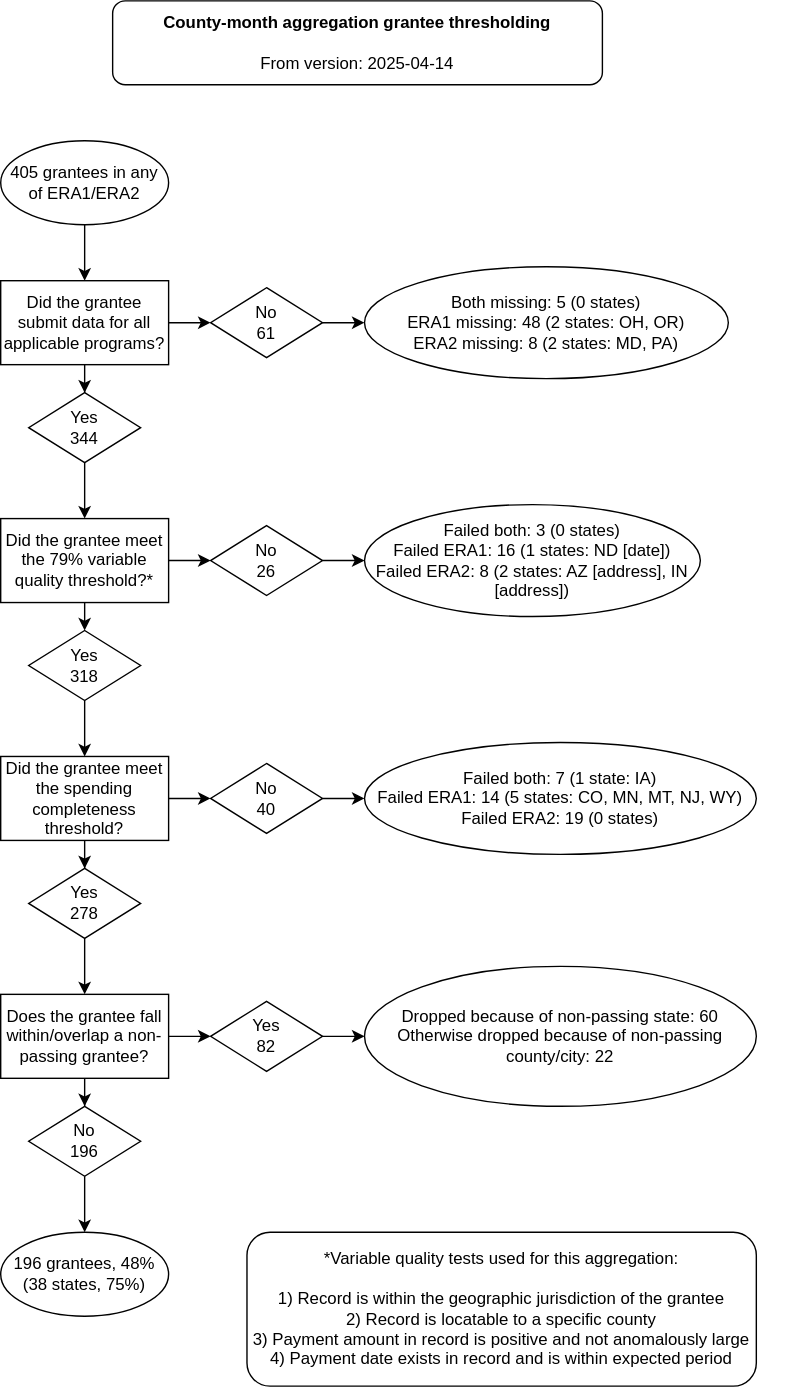
Above: _site/images/era_grantees_county_month_thresholding_flowchart_2025-04-14.svg in housinginitiative/era-county-level-dataset-public (draw.io), before the change. Source tidied: cells renumbered, new cells last; positions are measured from the earlier drawing's top-left corner, leaving out a move shared by most shapes. The source it was exported from:
```xml
<mxGraphModel>
  <root>
    <mxCell id="0" />
    <mxCell id="1" parent="0" />
    <mxCell id="2" style="edgeStyle=orthogonalEdgeStyle;rounded=0;jettySize=auto;html=1;" parent="1" edge="1" source="4" target="7">
      <mxGeometry relative="1" as="geometry" />
    </mxCell>
    <mxCell id="3" style="edgeStyle=orthogonalEdgeStyle;rounded=0;jettySize=auto;html=1;" parent="1" edge="1" source="4" target="9">
      <mxGeometry relative="1" as="geometry" />
    </mxCell>
    <mxCell id="4" value="Did the grantee submit data for all applicable programs?" style="rounded=0;whiteSpace=wrap;html=1;" parent="1" vertex="1">
      <mxGeometry y="200" width="120" height="60" as="geometry" />
    </mxCell>
    <mxCell id="5" style="edgeStyle=orthogonalEdgeStyle;rounded=0;jettySize=auto;html=1;" parent="1" edge="1" source="6" target="4">
      <mxGeometry relative="1" as="geometry" />
    </mxCell>
    <mxCell id="6" value="405 grantees in any of ERA1/ERA2" style="ellipse;whiteSpace=wrap;html=1;" parent="1" vertex="1">
      <mxGeometry y="100" width="120" height="60" as="geometry" />
    </mxCell>
    <mxCell id="7" value="&lt;div&gt;Yes&lt;/div&gt;&lt;div&gt;344&lt;/div&gt;" style="rhombus;whiteSpace=wrap;html=1;" parent="1" vertex="1">
      <mxGeometry x="20" y="280" width="80" height="50" as="geometry" />
    </mxCell>
    <mxCell id="8" style="edgeStyle=orthogonalEdgeStyle;rounded=0;jettySize=auto;html=1;" parent="1" edge="1" source="9" target="10">
      <mxGeometry relative="1" as="geometry" />
    </mxCell>
    <mxCell id="9" value="&lt;div&gt;No&lt;/div&gt;&lt;div&gt;61&lt;/div&gt;" style="rhombus;whiteSpace=wrap;html=1;" parent="1" vertex="1">
      <mxGeometry x="150" y="205" width="80" height="50" as="geometry" />
    </mxCell>
    <mxCell id="10" value="Both missing: 5 (0 states)&lt;div&gt;ERA1 missing: 48 (2 states: OH, OR)&lt;br&gt;&lt;/div&gt;&lt;div&gt;ERA2 missing: 8 (2 states: MD, PA)&lt;br&gt;&lt;/div&gt;" style="ellipse;whiteSpace=wrap;html=1;" parent="1" vertex="1">
      <mxGeometry x="260" y="190" width="260" height="80" as="geometry" />
    </mxCell>
    <mxCell id="11" style="edgeStyle=orthogonalEdgeStyle;rounded=0;jettySize=auto;html=1;exitX=0.5;exitY=1;exitDx=0;exitDy=0;entryX=0.5;entryY=0;entryDx=0;entryDy=0;" parent="1" edge="1" source="13" target="15">
      <mxGeometry relative="1" as="geometry" />
    </mxCell>
    <mxCell id="12" style="edgeStyle=orthogonalEdgeStyle;rounded=0;jettySize=auto;html=1;exitX=1;exitY=0.5;exitDx=0;exitDy=0;entryX=0;entryY=0.5;entryDx=0;entryDy=0;" parent="1" edge="1" source="13" target="17">
      <mxGeometry relative="1" as="geometry" />
    </mxCell>
    <mxCell id="13" value="Did the grantee meet the 79% variable quality threshold?*" style="rounded=0;whiteSpace=wrap;html=1;" parent="1" vertex="1">
      <mxGeometry y="370" width="120" height="60" as="geometry" />
    </mxCell>
    <mxCell id="14" style="edgeStyle=orthogonalEdgeStyle;rounded=0;jettySize=auto;html=1;exitX=0.5;exitY=1;exitDx=0;exitDy=0;entryX=0.5;entryY=0;entryDx=0;entryDy=0;" parent="1" edge="1" source="15" target="34">
      <mxGeometry relative="1" as="geometry" />
    </mxCell>
    <mxCell id="15" value="&lt;div&gt;Yes&lt;/div&gt;&lt;div&gt;318&lt;/div&gt;" style="rhombus;whiteSpace=wrap;html=1;" parent="1" vertex="1">
      <mxGeometry x="20" y="450" width="80" height="50" as="geometry" />
    </mxCell>
    <mxCell id="16" style="edgeStyle=orthogonalEdgeStyle;rounded=0;jettySize=auto;html=1;" parent="1" edge="1" source="17" target="18">
      <mxGeometry relative="1" as="geometry" />
    </mxCell>
    <mxCell id="17" value="&lt;div&gt;No&lt;/div&gt;&lt;div&gt;26&lt;/div&gt;" style="rhombus;whiteSpace=wrap;html=1;" parent="1" vertex="1">
      <mxGeometry x="150" y="375" width="80" height="50" as="geometry" />
    </mxCell>
    <mxCell id="18" value="&lt;div&gt;Failed both: 3 (0 states)&lt;/div&gt;&lt;div&gt;Failed ERA1: 16 (1 states: ND [date])&lt;br&gt;&lt;/div&gt;&lt;div&gt;Failed ERA2: 8 (2 states: AZ [address], IN [address])&lt;br&gt;&lt;/div&gt;" style="ellipse;whiteSpace=wrap;html=1;" parent="1" vertex="1">
      <mxGeometry x="260" y="360" width="240" height="80" as="geometry" />
    </mxCell>
    <mxCell id="19" style="endArrow=classic;html=1;rounded=0;exitX=0.5;exitY=1;exitDx=0;exitDy=0;entryX=0.5;entryY=0;entryDx=0;entryDy=0;" parent="1" edge="1" source="7" target="13">
      <mxGeometry relative="1" as="geometry" />
    </mxCell>
    <mxCell id="20" style="group;" parent="1" vertex="1">
      <mxGeometry y="510" width="575" height="480" as="geometry" />
    </mxCell>
    <mxCell id="21" style="edgeStyle=orthogonalEdgeStyle;rounded=0;jettySize=auto;html=1;" parent="20" edge="1" source="34" target="23">
      <mxGeometry relative="1" as="geometry" />
    </mxCell>
    <mxCell id="22" style="edgeStyle=orthogonalEdgeStyle;rounded=0;jettySize=auto;html=1;" parent="20" edge="1" source="34" target="35">
      <mxGeometry relative="1" as="geometry" />
    </mxCell>
    <mxCell id="23" value="&lt;div&gt;Yes&lt;/div&gt;&lt;div&gt;278&lt;/div&gt;" style="rhombus;whiteSpace=wrap;html=1;" parent="20" vertex="1">
      <mxGeometry x="20" y="110" width="80" height="50" as="geometry" />
    </mxCell>
    <mxCell id="24" style="edgeStyle=orthogonalEdgeStyle;rounded=0;jettySize=auto;html=1;" parent="20" edge="1" source="35" target="36">
      <mxGeometry relative="1" as="geometry" />
    </mxCell>
    <mxCell id="25" style="edgeStyle=orthogonalEdgeStyle;rounded=0;jettySize=auto;html=1;" parent="20" edge="1" source="27" target="28">
      <mxGeometry relative="1" as="geometry" />
    </mxCell>
    <mxCell id="26" style="edgeStyle=orthogonalEdgeStyle;rounded=0;jettySize=auto;html=1;" parent="20" edge="1" source="27" target="30">
      <mxGeometry relative="1" as="geometry" />
    </mxCell>
    <mxCell id="27" value="Does the grantee fall within/overlap a non-passing grantee?" style="rounded=0;whiteSpace=wrap;html=1;" parent="20" vertex="1">
      <mxGeometry y="200" width="120" height="60" as="geometry" />
    </mxCell>
    <mxCell id="28" value="&lt;div&gt;No&lt;/div&gt;&lt;div&gt;196&lt;/div&gt;" style="rhombus;whiteSpace=wrap;html=1;" parent="20" vertex="1">
      <mxGeometry x="20" y="280" width="80" height="50" as="geometry" />
    </mxCell>
    <mxCell id="29" style="edgeStyle=orthogonalEdgeStyle;rounded=0;jettySize=auto;html=1;" parent="20" edge="1" source="30" target="37">
      <mxGeometry relative="1" as="geometry" />
    </mxCell>
    <mxCell id="30" value="&lt;div&gt;Yes&lt;/div&gt;&lt;div&gt;82&lt;/div&gt;" style="rhombus;whiteSpace=wrap;html=1;" parent="20" vertex="1">
      <mxGeometry x="150" y="205" width="80" height="50" as="geometry" />
    </mxCell>
    <mxCell id="31" style="edgeStyle=orthogonalEdgeStyle;rounded=0;jettySize=auto;html=1;exitX=0.5;exitY=1;exitDx=0;exitDy=0;entryX=0.5;entryY=0;entryDx=0;entryDy=0;" parent="20" edge="1" source="23" target="27">
      <mxGeometry relative="1" as="geometry" />
    </mxCell>
    <mxCell id="32" value="&lt;div&gt;196 grantees, 48%&lt;/div&gt;&lt;div&gt;(38 states, 75%)&lt;/div&gt;" style="ellipse;whiteSpace=wrap;html=1;" parent="20" vertex="1">
      <mxGeometry y="370" width="120" height="60" as="geometry" />
    </mxCell>
    <mxCell id="33" style="edgeStyle=orthogonalEdgeStyle;rounded=0;jettySize=auto;html=1;" parent="20" edge="1" source="28" target="32">
      <mxGeometry relative="1" as="geometry" />
    </mxCell>
    <mxCell id="34" value="Did the grantee meet the spending completeness threshold?" style="rounded=0;whiteSpace=wrap;html=1;" parent="20" vertex="1">
      <mxGeometry y="30" width="120" height="60" as="geometry" />
    </mxCell>
    <mxCell id="35" value="&lt;div&gt;No&lt;/div&gt;&lt;div&gt;40&lt;/div&gt;" style="rhombus;whiteSpace=wrap;html=1;" parent="20" vertex="1">
      <mxGeometry x="150" y="35" width="80" height="50" as="geometry" />
    </mxCell>
    <mxCell id="36" value="&lt;div&gt;Failed both: 7 (1 state: IA)&lt;/div&gt;&lt;div&gt;Failed ERA1: 14 (5 states: CO, MN, MT, NJ, WY)&lt;br&gt;&lt;/div&gt;&lt;div&gt;Failed ERA2: 19 (0 states)&lt;/div&gt;" style="ellipse;whiteSpace=wrap;html=1;" parent="20" vertex="1">
      <mxGeometry x="260" y="20" width="280" height="80" as="geometry" />
    </mxCell>
    <mxCell id="37" value="&lt;div&gt;Dropped because of non-passing state: 60&lt;/div&gt;&lt;div&gt;Otherwise dropped because of non-passing county/city: 22&lt;/div&gt;" style="ellipse;whiteSpace=wrap;html=1;" parent="20" vertex="1">
      <mxGeometry x="260" y="180" width="280" height="100" as="geometry" />
    </mxCell>
    <mxCell id="38" value="*Variable quality tests used for this aggregation: &lt;br&gt;&lt;br&gt;&lt;div&gt;1) Record is within the geographic jurisdiction of the grantee&lt;/div&gt;&lt;div&gt;2) Record is locatable to a specific county&lt;/div&gt;&lt;div&gt;3) Payment amount in record is positive and not anomalously large&lt;/div&gt;&lt;div&gt;4) Payment date exists in record and is within expected period&lt;/div&gt;" style="rounded=1;whiteSpace=wrap;html=1;" parent="20" vertex="1">
      <mxGeometry x="176" y="370" width="364" height="110" as="geometry" />
    </mxCell>
    <mxCell id="39" value="&lt;div&gt;&lt;b&gt;County-month aggregation grantee thresholding&lt;/b&gt;&lt;/div&gt;&lt;div&gt;&lt;br&gt;From version: 2025-04-14&lt;/div&gt;" style="rounded=1;whiteSpace=wrap;html=1;" parent="1" vertex="1">
      <mxGeometry x="80" width="350" height="60" as="geometry" />
    </mxCell>
  </root>
</mxGraphModel>
```
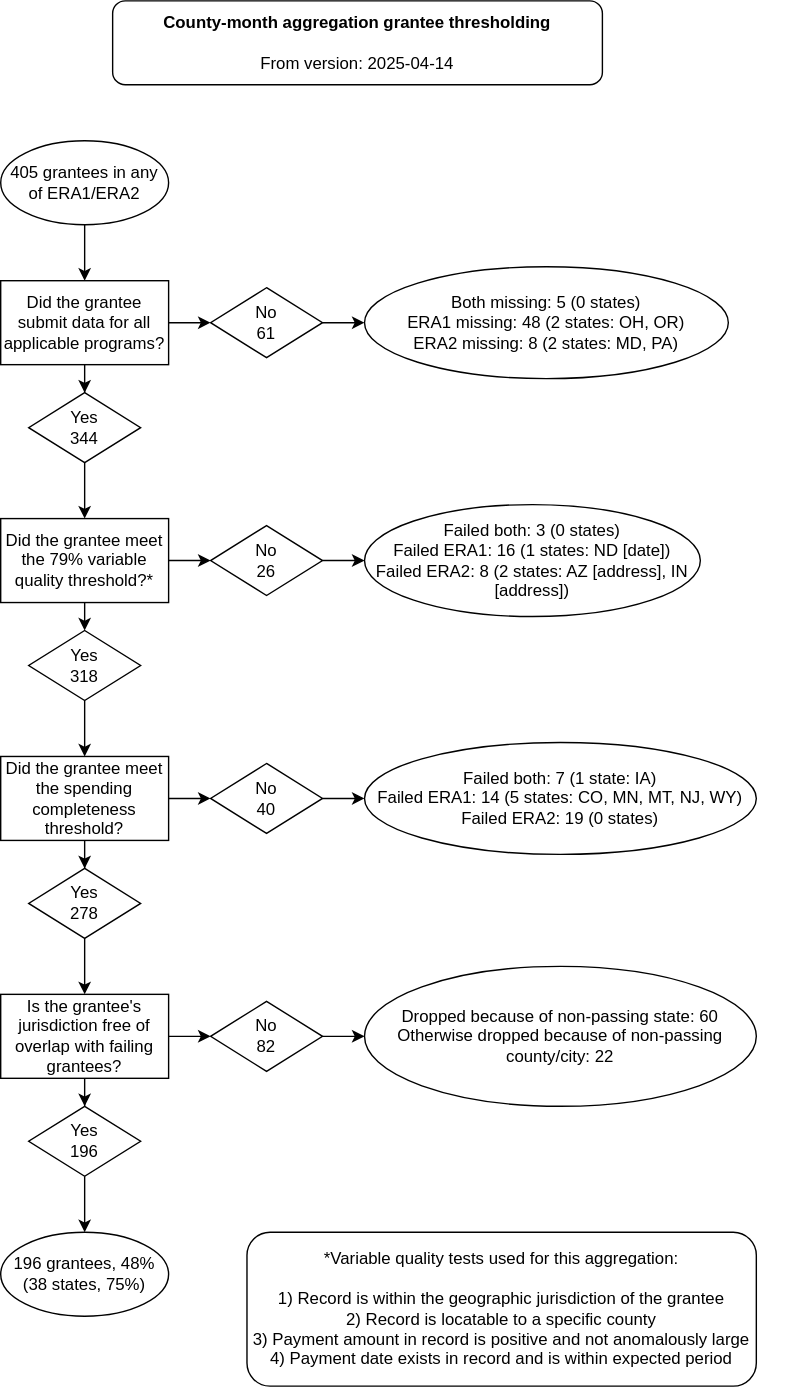
The same diagram one commit later.

Diff of the diagram source:
```diff
@@ -77,16 +77,16 @@
     <mxCell id="26" style="edgeStyle=orthogonalEdgeStyle;rounded=0;jettySize=auto;html=1;" parent="20" edge="1" source="27" target="30">
       <mxGeometry relative="1" as="geometry" />
     </mxCell>
-    <mxCell id="27" value="Does the grantee fall within/overlap a non-passing grantee?" style="rounded=0;whiteSpace=wrap;html=1;" parent="20" vertex="1">
+    <mxCell id="27" value="Is the grantee's jurisdiction free of overlap with failing grantees?" style="rounded=0;whiteSpace=wrap;html=1;" parent="20" vertex="1">
       <mxGeometry y="200" width="120" height="60" as="geometry" />
     </mxCell>
-    <mxCell id="28" value="&lt;div&gt;No&lt;/div&gt;&lt;div&gt;196&lt;/div&gt;" style="rhombus;whiteSpace=wrap;html=1;" parent="20" vertex="1">
+    <mxCell id="28" value="&lt;div&gt;Yes&lt;/div&gt;&lt;div&gt;196&lt;/div&gt;" style="rhombus;whiteSpace=wrap;html=1;" parent="20" vertex="1">
       <mxGeometry x="20" y="280" width="80" height="50" as="geometry" />
     </mxCell>
     <mxCell id="29" style="edgeStyle=orthogonalEdgeStyle;rounded=0;jettySize=auto;html=1;" parent="20" edge="1" source="30" target="37">
       <mxGeometry relative="1" as="geometry" />
     </mxCell>
-    <mxCell id="30" value="&lt;div&gt;Yes&lt;/div&gt;&lt;div&gt;82&lt;/div&gt;" style="rhombus;whiteSpace=wrap;html=1;" parent="20" vertex="1">
+    <mxCell id="30" value="&lt;div&gt;No&lt;/div&gt;&lt;div&gt;82&lt;/div&gt;" style="rhombus;whiteSpace=wrap;html=1;" parent="20" vertex="1">
       <mxGeometry x="150" y="205" width="80" height="50" as="geometry" />
     </mxCell>
     <mxCell id="31" style="edgeStyle=orthogonalEdgeStyle;rounded=0;jettySize=auto;html=1;exitX=0.5;exitY=1;exitDx=0;exitDy=0;entryX=0.5;entryY=0;entryDx=0;entryDy=0;" parent="20" edge="1" source="23" target="27">
```
